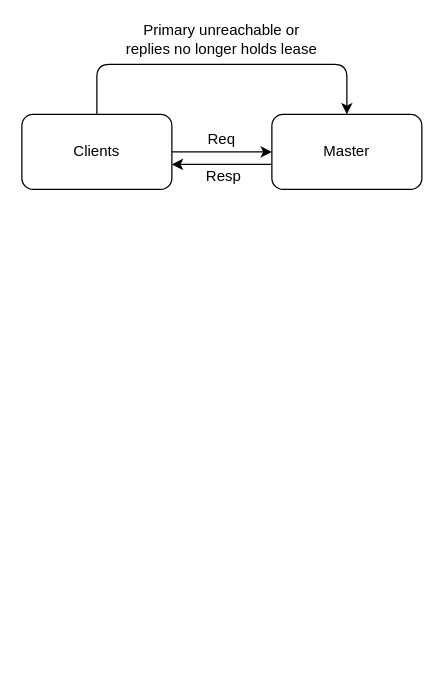
Above: writeDataFlow.drawio in ywq1113/scripts (draw.io), before the change. Source tidied: cells renumbered, new cells numbered last; positions are measured from the earlier drawing's top-left corner, leaving out a move shared by most shapes. Both pictures are drawn from the tidied source at 125%, with x=0, y=0 at pixel (21, 26).
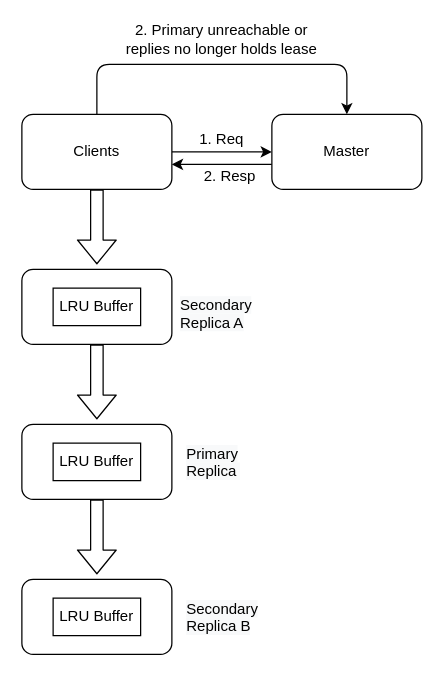
The same page after the edit.

Unchanged cells that the change refers to:
```xml
<mxCell id="4" value="Clients" style="rounded=1;whiteSpace=wrap;html=1;" parent="1" vertex="1">
  <mxGeometry y="70" width="120" height="60" as="geometry" />
</mxCell>
```

Change to the diagram source:
```diff
@@
-    <mxCell id="6" value="Req" style="text;html=1;strokeColor=none;fillColor=none;align=center;verticalAlign=middle;whiteSpace=wrap;rounded=0;" parent="1" vertex="1">
+    <mxCell id="6" value="1. Req" style="text;html=1;strokeColor=none;fillColor=none;align=center;verticalAlign=middle;whiteSpace=wrap;rounded=0;" parent="1" vertex="1">
       <mxGeometry x="140" y="80" width="40" height="20" as="geometry" />
     </mxCell>
-    <mxCell id="7" value="&amp;nbsp;Resp" style="text;html=1;strokeColor=none;fillColor=none;align=center;verticalAlign=middle;whiteSpace=wrap;rounded=0;" parent="1" vertex="1">
-      <mxGeometry x="140" y="110" width="40" height="20" as="geometry" />
+    <mxCell id="7" value="&amp;nbsp;2. Resp" style="text;html=1;strokeColor=none;fillColor=none;align=center;verticalAlign=middle;whiteSpace=wrap;rounded=0;" parent="1" vertex="1">
+      <mxGeometry x="140" y="110" width="50" height="20" as="geometry" />
     </mxCell>
@@
-    <mxCell id="9" value="Primary unreachable or&lt;br&gt;replies no longer holds lease" style="text;html=1;strokeColor=none;fillColor=none;align=center;verticalAlign=middle;whiteSpace=wrap;rounded=0;" parent="1" vertex="1">
+    <mxCell id="9" value="2. Primary unreachable or&lt;br&gt;replies no longer holds lease" style="text;html=1;strokeColor=none;fillColor=none;align=center;verticalAlign=middle;whiteSpace=wrap;rounded=0;" parent="1" vertex="1">
       <mxGeometry x="80" width="160" height="20" as="geometry" />
     </mxCell>
+    <mxCell id="10" style="shape=flexArrow;endArrow=classic;html=1;strokeWidth=1;exitX=0.5;exitY=1;exitDx=0;exitDy=0;" parent="1" edge="1" source="4">
+      <mxGeometry relative="1" as="geometry">
+        <mxPoint x="60" y="190" as="targetPoint" />
+      </mxGeometry>
+    </mxCell>
+    <mxCell id="11" style="rounded=1;whiteSpace=wrap;html=1;" parent="1" vertex="1">
+      <mxGeometry y="194" width="120" height="60" as="geometry" />
+    </mxCell>
+    <mxCell id="12" style="shape=flexArrow;endArrow=classic;html=1;strokeWidth=1;exitX=0.5;exitY=1;exitDx=0;exitDy=0;" parent="1" edge="1">
+      <mxGeometry relative="1" as="geometry">
+        <mxPoint x="60" y="254" as="sourcePoint" />
+        <mxPoint x="60" y="314" as="targetPoint" />
+      </mxGeometry>
+    </mxCell>
+    <mxCell id="13" style="rounded=1;whiteSpace=wrap;html=1;" parent="1" vertex="1">
+      <mxGeometry y="318" width="120" height="60" as="geometry" />
+    </mxCell>
+    <mxCell id="14" style="shape=flexArrow;endArrow=classic;html=1;strokeWidth=1;exitX=0.5;exitY=1;exitDx=0;exitDy=0;" parent="1" edge="1">
+      <mxGeometry relative="1" as="geometry">
+        <mxPoint x="60" y="378" as="sourcePoint" />
+        <mxPoint x="60" y="438" as="targetPoint" />
+      </mxGeometry>
+    </mxCell>
+    <mxCell id="15" style="rounded=1;whiteSpace=wrap;html=1;" parent="1" vertex="1">
+      <mxGeometry y="442" width="120" height="60" as="geometry" />
+    </mxCell>
+    <mxCell id="16" value="LRU Buffer" style="rounded=0;whiteSpace=wrap;html=1;" parent="1" vertex="1">
+      <mxGeometry x="25" y="209" width="70" height="30" as="geometry" />
+    </mxCell>
+    <mxCell id="17" value="&lt;span style=&quot;color: rgb(0, 0, 0); font-family: helvetica; font-size: 12px; font-style: normal; font-weight: 400; letter-spacing: normal; text-align: center; text-indent: 0px; text-transform: none; word-spacing: 0px; background-color: rgb(248, 249, 250); display: inline; float: none;&quot;&gt;Secondary&lt;/span&gt;&lt;br style=&quot;color: rgb(0, 0, 0); font-family: helvetica; font-size: 12px; font-style: normal; font-weight: 400; letter-spacing: normal; text-align: center; text-indent: 0px; text-transform: none; word-spacing: 0px; background-color: rgb(248, 249, 250);&quot;&gt;&lt;span style=&quot;color: rgb(0, 0, 0); font-family: helvetica; font-size: 12px; font-style: normal; font-weight: 400; letter-spacing: normal; text-align: center; text-indent: 0px; text-transform: none; word-spacing: 0px; background-color: rgb(248, 249, 250); display: inline; float: none;&quot;&gt;Replica A&lt;/span&gt;" style="text;whiteSpace=wrap;html=1;" parent="1" vertex="1">
+      <mxGeometry x="125" y="209" width="80" height="40" as="geometry" />
+    </mxCell>
+    <mxCell id="18" value="&lt;span style=&quot;color: rgb(0, 0, 0); font-family: helvetica; font-size: 12px; font-style: normal; font-weight: 400; letter-spacing: normal; text-align: center; text-indent: 0px; text-transform: none; word-spacing: 0px; background-color: rgb(248, 249, 250); display: inline; float: none;&quot;&gt;Primary&lt;/span&gt;&lt;br style=&quot;color: rgb(0, 0, 0); font-family: helvetica; font-size: 12px; font-style: normal; font-weight: 400; letter-spacing: normal; text-align: center; text-indent: 0px; text-transform: none; word-spacing: 0px; background-color: rgb(248, 249, 250);&quot;&gt;&lt;span style=&quot;color: rgb(0, 0, 0); font-family: helvetica; font-size: 12px; font-style: normal; font-weight: 400; letter-spacing: normal; text-align: center; text-indent: 0px; text-transform: none; word-spacing: 0px; background-color: rgb(248, 249, 250); display: inline; float: none;&quot;&gt;Replica&amp;nbsp;&lt;/span&gt;" style="text;whiteSpace=wrap;html=1;" parent="1" vertex="1">
+      <mxGeometry x="130" y="328" width="70" height="40" as="geometry" />
+    </mxCell>
+    <mxCell id="19" value="&lt;span style=&quot;color: rgb(0, 0, 0); font-family: helvetica; font-size: 12px; font-style: normal; font-weight: 400; letter-spacing: normal; text-align: center; text-indent: 0px; text-transform: none; word-spacing: 0px; background-color: rgb(248, 249, 250); display: inline; float: none;&quot;&gt;Secondary&lt;/span&gt;&lt;br style=&quot;color: rgb(0, 0, 0); font-family: helvetica; font-size: 12px; font-style: normal; font-weight: 400; letter-spacing: normal; text-align: center; text-indent: 0px; text-transform: none; word-spacing: 0px; background-color: rgb(248, 249, 250);&quot;&gt;&lt;span style=&quot;color: rgb(0, 0, 0); font-family: helvetica; font-size: 12px; font-style: normal; font-weight: 400; letter-spacing: normal; text-align: center; text-indent: 0px; text-transform: none; word-spacing: 0px; background-color: rgb(248, 249, 250); display: inline; float: none;&quot;&gt;Replica B&lt;/span&gt;" style="text;whiteSpace=wrap;html=1;" parent="1" vertex="1">
+      <mxGeometry x="130" y="452" width="80" height="40" as="geometry" />
+    </mxCell>
+    <mxCell id="20" value="LRU Buffer" style="rounded=0;whiteSpace=wrap;html=1;" parent="1" vertex="1">
+      <mxGeometry x="25" y="333" width="70" height="30" as="geometry" />
+    </mxCell>
+    <mxCell id="21" value="LRU Buffer" style="rounded=0;whiteSpace=wrap;html=1;" parent="1" vertex="1">
+      <mxGeometry x="25" y="457" width="70" height="30" as="geometry" />
+    </mxCell>
```
